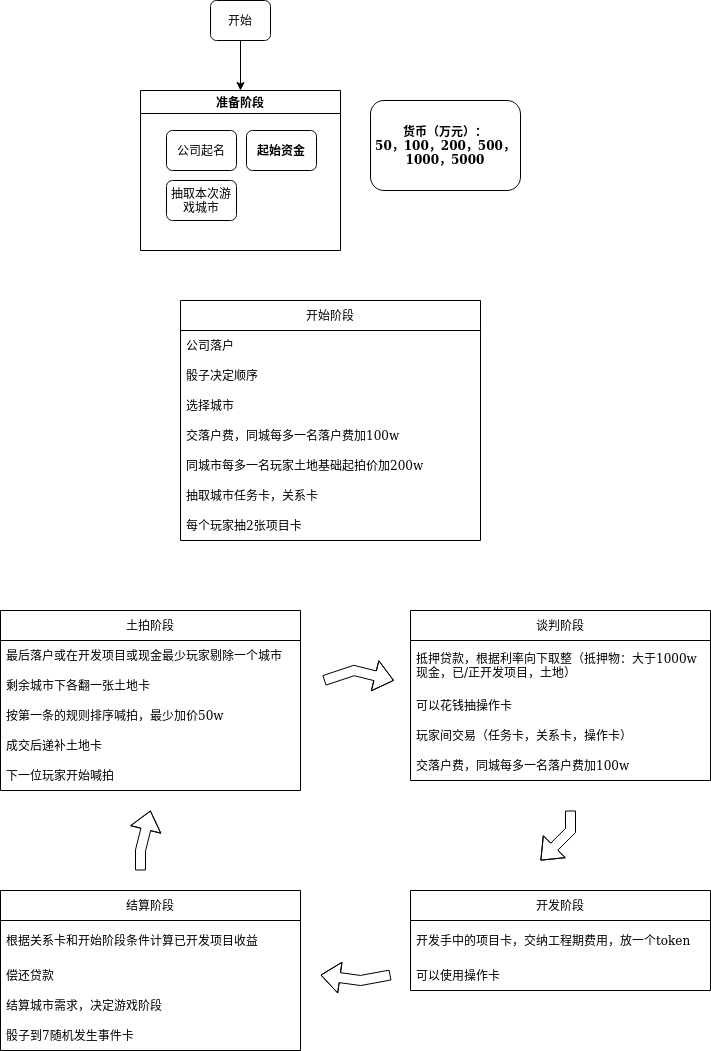
Earlier version of the draw.io export 土地开发商.png (TONiiV/flowcharts). Source tidied: cells renumbered, new cells last; positions are measured from the earlier drawing's top-left corner, leaving out a move shared by most shapes.
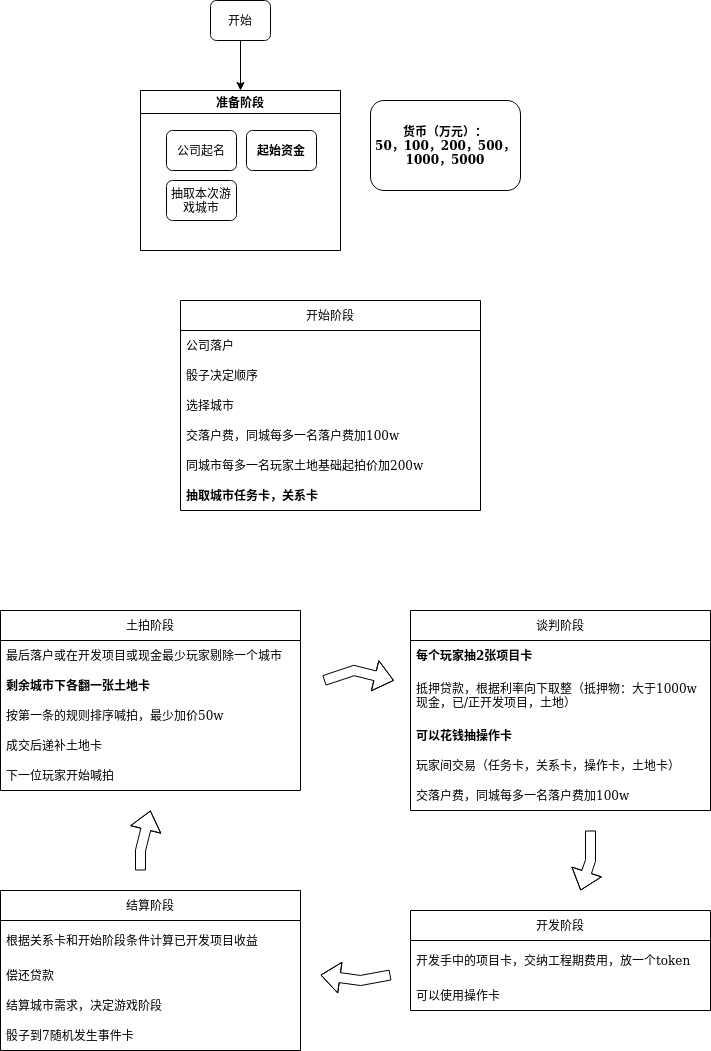
The same file after the commit.

Commit message:
Update 土地开发商.png

The edit, as a diff of the source:
```diff
@@ -21,7 +21,7 @@
       <mxGeometry x="26" y="90" width="70" height="40" as="geometry" />
     </mxCell>
     <mxCell id="8" value="开始阶段" style="swimlane;fontStyle=0;horizontal=1;startSize=30;" parent="1" vertex="1">
-      <mxGeometry x="180" y="300" width="300" height="240" as="geometry" />
+      <mxGeometry x="180" y="300" width="300" height="210" as="geometry" />
     </mxCell>
     <mxCell id="9" value="公司落户" style="text;strokeColor=none;fillColor=none;align=left;verticalAlign=middle;spacingLeft=4;spacingRight=4;overflow=hidden;" parent="8" vertex="1">
       <mxGeometry y="30" width="300" height="30" as="geometry" />
@@ -38,19 +38,16 @@
     <mxCell id="13" value="同城市每多一名玩家土地基础起拍价加200w" style="text;strokeColor=none;fillColor=none;align=left;verticalAlign=middle;spacingLeft=4;spacingRight=4;overflow=hidden;" parent="8" vertex="1">
       <mxGeometry y="150" width="300" height="30" as="geometry" />
     </mxCell>
-    <mxCell id="14" value="抽取城市任务卡，关系卡" style="text;strokeColor=none;fillColor=none;align=left;verticalAlign=middle;spacingLeft=4;spacingRight=4;overflow=hidden;" parent="8" vertex="1">
+    <mxCell id="14" value="抽取城市任务卡，关系卡" style="text;strokeColor=none;fillColor=none;align=left;verticalAlign=middle;spacingLeft=4;spacingRight=4;overflow=hidden;fontStyle=1;" parent="8" vertex="1">
       <mxGeometry y="180" width="300" height="30" as="geometry" />
     </mxCell>
-    <mxCell id="15" value="每个玩家抽2张项目卡" style="text;strokeColor=none;fillColor=none;align=left;verticalAlign=middle;spacingLeft=4;spacingRight=4;overflow=hidden;" parent="8" vertex="1">
-      <mxGeometry y="210" width="300" height="30" as="geometry" />
-    </mxCell>
     <mxCell id="16" value="土拍阶段" style="swimlane;fontStyle=0;horizontal=1;startSize=30;" parent="1" vertex="1">
       <mxGeometry y="610" width="300" height="180" as="geometry" />
     </mxCell>
     <mxCell id="17" value="最后落户或在开发项目或现金最少玩家剔除一个城市" style="text;strokeColor=none;fillColor=none;align=left;verticalAlign=middle;spacingLeft=4;spacingRight=4;overflow=hidden;" parent="16" vertex="1">
       <mxGeometry y="30" width="300" height="30" as="geometry" />
     </mxCell>
-    <mxCell id="18" value="剩余城市下各翻一张土地卡" style="text;strokeColor=none;fillColor=none;align=left;verticalAlign=middle;spacingLeft=4;spacingRight=4;overflow=hidden;" parent="16" vertex="1">
+    <mxCell id="18" value="剩余城市下各翻一张土地卡" style="text;strokeColor=none;fillColor=none;align=left;verticalAlign=middle;spacingLeft=4;spacingRight=4;overflow=hidden;fontStyle=1;" parent="16" vertex="1">
       <mxGeometry y="60" width="300" height="30" as="geometry" />
     </mxCell>
     <mxCell id="19" value="按第一条的规则排序喊拍，最少加价50w" style="text;strokeColor=none;fillColor=none;align=left;verticalAlign=middle;spacingLeft=4;spacingRight=4;overflow=hidden;" parent="16" vertex="1">
@@ -66,19 +63,22 @@
       <mxGeometry x="370" y="100" width="150" height="90" as="geometry" />
     </mxCell>
     <mxCell id="23" value="谈判阶段" style="swimlane;fontStyle=0;horizontal=1;startSize=30;" parent="1" vertex="1">
-      <mxGeometry x="410" y="610" width="300" height="170" as="geometry" />
+      <mxGeometry x="410" y="610" width="300" height="200" as="geometry" />
     </mxCell>
+    <mxCell id="15" value="每个玩家抽2张项目卡" style="text;strokeColor=none;fillColor=none;align=left;verticalAlign=middle;spacingLeft=4;spacingRight=4;overflow=hidden;fontStyle=1;" parent="23" vertex="1">
+      <mxGeometry y="30" width="300" height="30" as="geometry" />
+    </mxCell>
     <mxCell id="24" value="抵押贷款，根据利率向下取整（抵押物：大于1000w&#10;现金，已/正开发项目，土地）" style="text;strokeColor=none;fillColor=none;align=left;verticalAlign=middle;spacingLeft=4;spacingRight=4;overflow=hidden;" parent="23" vertex="1">
-      <mxGeometry y="30" width="300" height="50" as="geometry" />
+      <mxGeometry y="60" width="300" height="50" as="geometry" />
     </mxCell>
-    <mxCell id="25" value="可以花钱抽操作卡" style="text;strokeColor=none;fillColor=none;align=left;verticalAlign=middle;spacingLeft=4;spacingRight=4;overflow=hidden;" parent="23" vertex="1">
-      <mxGeometry y="80" width="300" height="30" as="geometry" />
+    <mxCell id="25" value="可以花钱抽操作卡" style="text;strokeColor=none;fillColor=none;align=left;verticalAlign=middle;spacingLeft=4;spacingRight=4;overflow=hidden;fontStyle=1;" parent="23" vertex="1">
+      <mxGeometry y="110" width="300" height="30" as="geometry" />
     </mxCell>
-    <mxCell id="26" value="玩家间交易（任务卡，关系卡，操作卡）" style="text;strokeColor=none;fillColor=none;align=left;verticalAlign=middle;spacingLeft=4;spacingRight=4;overflow=hidden;" parent="23" vertex="1">
-      <mxGeometry y="110" width="300" height="30" as="geometry" />
+    <mxCell id="26" value="玩家间交易（任务卡，关系卡，操作卡，土地卡）" style="text;strokeColor=none;fillColor=none;align=left;verticalAlign=middle;spacingLeft=4;spacingRight=4;overflow=hidden;" parent="23" vertex="1">
+      <mxGeometry y="140" width="300" height="30" as="geometry" />
     </mxCell>
     <mxCell id="27" value="交落户费，同城每多一名落户费加100w" style="text;strokeColor=none;fillColor=none;align=left;verticalAlign=middle;spacingLeft=4;spacingRight=4;overflow=hidden;" parent="23" vertex="1">
-      <mxGeometry y="140" width="300" height="30" as="geometry" />
+      <mxGeometry y="170" width="300" height="30" as="geometry" />
     </mxCell>
     <mxCell id="28" style="shape=flexArrow;endArrow=classic;html=1;rounded=0;" parent="1" edge="1">
       <mxGeometry relative="1" as="geometry">
@@ -91,15 +91,15 @@
     </mxCell>
     <mxCell id="29" style="shape=flexArrow;endArrow=classic;html=1;rounded=0;" parent="1" edge="1">
       <mxGeometry relative="1" as="geometry">
-        <mxPoint x="570" y="810" as="sourcePoint" />
-        <mxPoint x="540" y="860" as="targetPoint" />
+        <mxPoint x="590" y="830" as="sourcePoint" />
+        <mxPoint x="580" y="890" as="targetPoint" />
         <Array as="points">
-          <mxPoint x="570" y="830" />
+          <mxPoint x="590" y="860" />
         </Array>
       </mxGeometry>
     </mxCell>
     <mxCell id="30" value="开发阶段" style="swimlane;fontStyle=0;horizontal=1;startSize=30;" parent="1" vertex="1">
-      <mxGeometry x="410" y="890" width="300" height="100" as="geometry" />
+      <mxGeometry x="410" y="910" width="300" height="100" as="geometry" />
     </mxCell>
     <mxCell id="31" value="开发手中的项目卡，交纳工程期费用，放一个token" style="text;strokeColor=none;fillColor=none;align=left;verticalAlign=middle;spacingLeft=4;spacingRight=4;overflow=hidden;" parent="30" vertex="1">
       <mxGeometry y="30" width="300" height="40" as="geometry" />
```
